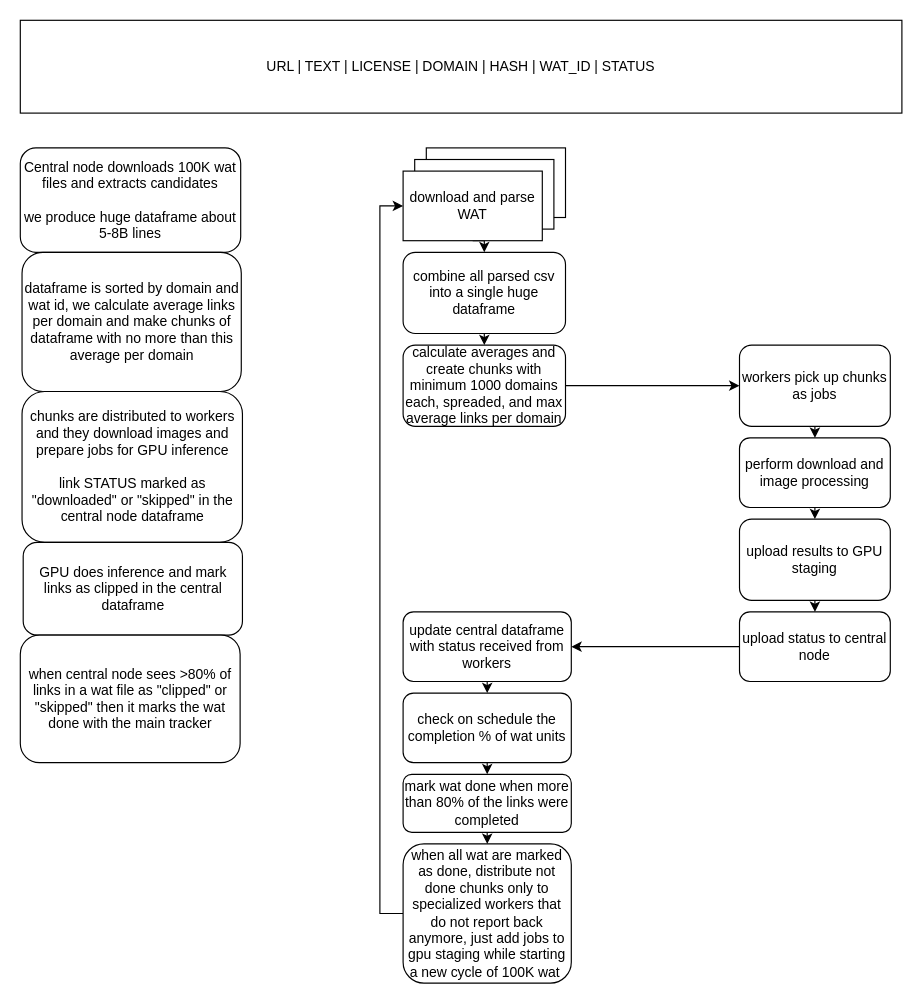
The draw.io diagram helpers/new_workflow.drawio in rvencu/crawlingathome-gpu-hcloud, before the edit. Source tidied: cells renumbered, new cells numbered last; positions are measured from the earlier drawing's top-left corner, leaving out a move shared by most shapes. Both pictures are drawn from the tidied source at 116%, with x=0, y=0 at pixel (20, 20).
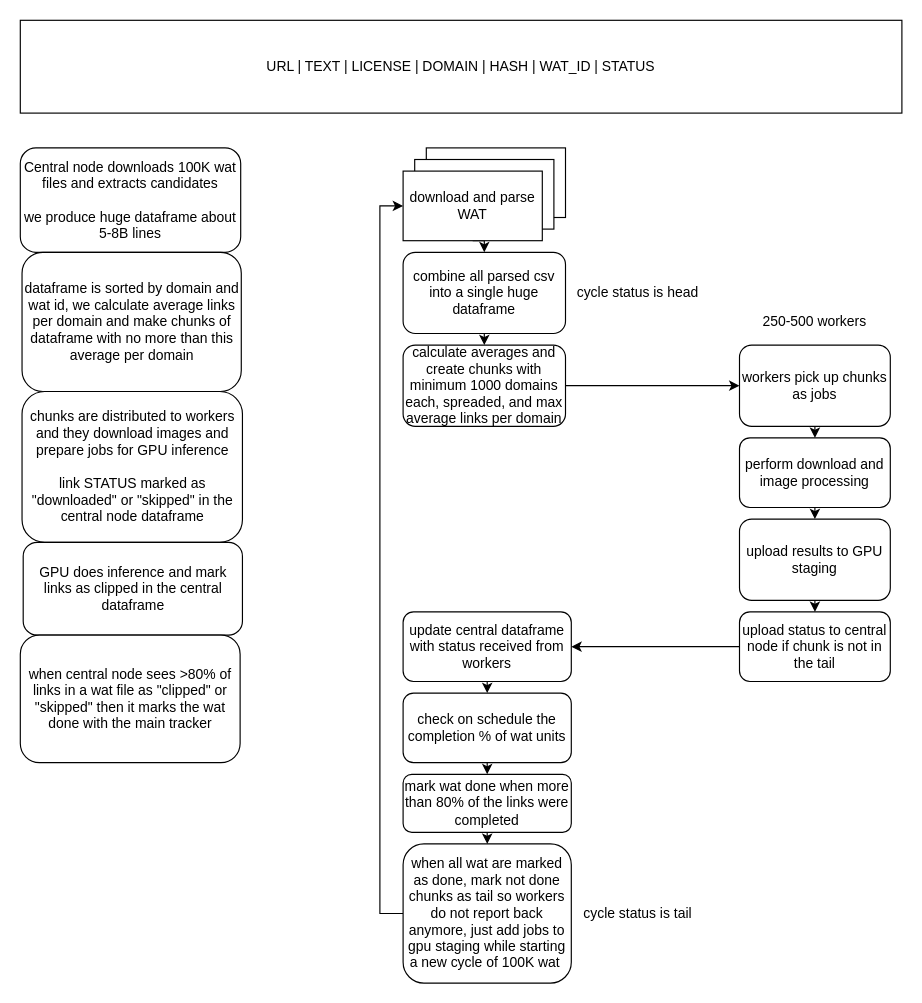
After the change.

Diff of the diagram source:
```diff
@@
-    <mxCell id="23" value="upload status to central node" style="rounded=1;whiteSpace=wrap;html=1;" parent="1" vertex="1">
+    <mxCell id="23" value="upload status to central node if chunk is not in the tail" style="rounded=1;whiteSpace=wrap;html=1;" parent="1" vertex="1">
       <mxGeometry x="620" y="510" width="130" height="60" as="geometry" />
     </mxCell>
@@
-    <mxCell id="31" value="when all wat are marked as done, distribute not done chunks only to specialized workers that do not report back anymore, just add jobs to gpu staging while starting a new cycle of 100K wat&amp;nbsp;" style="rounded=1;whiteSpace=wrap;html=1;" parent="1" vertex="1">
+    <mxCell id="31" value="when all wat are marked as done, mark not done chunks as tail so workers do not report back anymore, just add jobs to gpu staging while starting a new cycle of 100K wat&amp;nbsp;" style="rounded=1;whiteSpace=wrap;html=1;" parent="1" vertex="1">
       <mxGeometry x="330" y="710" width="145" height="120" as="geometry" />
     </mxCell>
+    <mxCell id="32" value="250-500 workers" style="text;html=1;strokeColor=none;fillColor=none;align=center;verticalAlign=middle;whiteSpace=wrap;rounded=0;" parent="1" vertex="1">
+      <mxGeometry x="630" y="250" width="110" height="20" as="geometry" />
+    </mxCell>
+    <mxCell id="33" value="cycle status is head" style="text;html=1;strokeColor=none;fillColor=none;align=center;verticalAlign=middle;whiteSpace=wrap;rounded=0;" parent="1" vertex="1">
+      <mxGeometry x="475" y="225" width="115" height="20" as="geometry" />
+    </mxCell>
+    <mxCell id="34" value="cycle status is tail" style="text;html=1;strokeColor=none;fillColor=none;align=center;verticalAlign=middle;whiteSpace=wrap;rounded=0;" parent="1" vertex="1">
+      <mxGeometry x="475" y="760" width="115" height="20" as="geometry" />
+    </mxCell>
```
